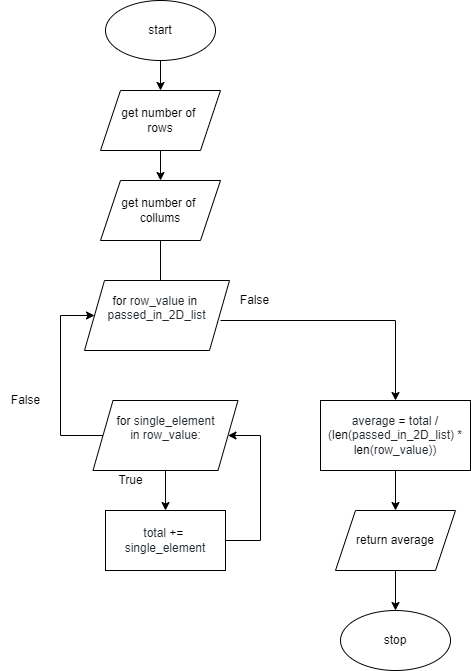
This is flowchart.png from Huzaifa-Khalid-2/ICS3U-Unit6-04-Python, a draw.io export, as it was before one commit. Source tidied: cells renumbered, new cells last; positions are measured from the earlier drawing's top-left corner, leaving out a move shared by most shapes.
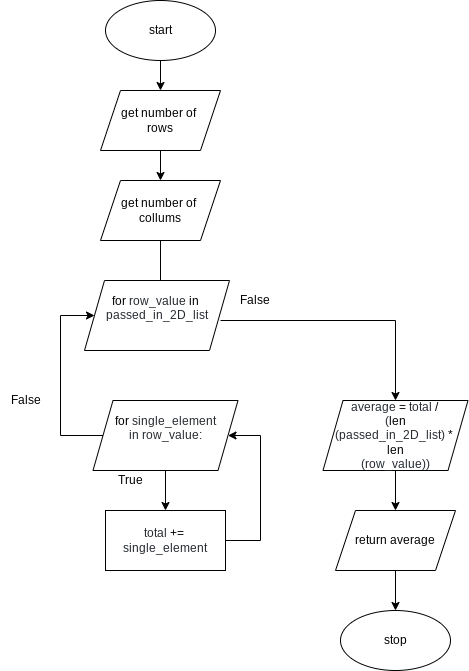
Later version of the same file.

Commit message:
adde_flowchart

What changed in the source:
```diff
@@ -22,22 +22,21 @@
     <mxCell id="7" value="get number of &lt;br&gt;collums" style="shape=parallelogram;perimeter=parallelogramPerimeter;whiteSpace=wrap;html=1;fixedSize=1;" parent="1" vertex="1">
       <mxGeometry x="100" y="180" width="120" height="60" as="geometry" />
     </mxCell>
-    <mxCell id="8" style="edgeStyle=elbowEdgeStyle;html=1;entryX=0.5;entryY=0;entryDx=0;entryDy=0;elbow=vertical;rounded=0;" parent="1" edge="1" target="10">
+    <mxCell id="8" style="edgeStyle=elbowEdgeStyle;html=1;entryX=0.5;entryY=0;entryDx=0;entryDy=0;elbow=vertical;rounded=0;" parent="1" edge="1">
       <mxGeometry relative="1" as="geometry">
         <mxPoint x="220" y="320" as="sourcePoint" />
+        <mxPoint x="395" y="400" as="targetPoint" />
         <Array as="points">
           <mxPoint x="320" y="320" />
         </Array>
       </mxGeometry>
     </mxCell>
-    <mxCell id="9" style="edgeStyle=none;html=1;entryX=0.5;entryY=0;entryDx=0;entryDy=0;" parent="1" edge="1" source="10">
+    <mxCell id="9" style="edgeStyle=none;html=1;entryX=0.5;entryY=0;entryDx=0;entryDy=0;" parent="1" edge="1">
       <mxGeometry relative="1" as="geometry">
+        <mxPoint x="395" y="470" as="sourcePoint" />
         <mxPoint x="395" y="510" as="targetPoint" />
       </mxGeometry>
     </mxCell>
-    <mxCell id="10" value="&lt;span class=&quot;pl-s1&quot; style=&quot;box-sizing: border-box ; color: rgb(36 , 41 , 47)&quot;&gt;&lt;span class=&quot;pl-token&quot; style=&quot;box-sizing: border-box&quot;&gt;average&lt;/span&gt;&lt;/span&gt;&lt;span style=&quot;color: rgb(36 , 41 , 47)&quot;&gt; &lt;/span&gt;&lt;span class=&quot;pl-c1&quot; style=&quot;box-sizing: border-box&quot;&gt;=&lt;/span&gt;&lt;span style=&quot;color: rgb(36 , 41 , 47)&quot;&gt; &lt;/span&gt;&lt;span class=&quot;pl-s1&quot; style=&quot;box-sizing: border-box ; color: rgb(36 , 41 , 47)&quot;&gt;&lt;span class=&quot;pl-token&quot; style=&quot;box-sizing: border-box&quot;&gt;total&lt;/span&gt;&lt;/span&gt;&lt;span style=&quot;color: rgb(36 , 41 , 47)&quot;&gt; &lt;/span&gt;&lt;span class=&quot;pl-c1&quot; style=&quot;box-sizing: border-box&quot;&gt;/&lt;/span&gt;&lt;span style=&quot;color: rgb(36 , 41 , 47)&quot;&gt; (&lt;/span&gt;&lt;span class=&quot;pl-en&quot; style=&quot;box-sizing: border-box&quot;&gt;&lt;span class=&quot;pl-token&quot; style=&quot;box-sizing: border-box&quot;&gt;len&lt;/span&gt;&lt;/span&gt;&lt;span style=&quot;color: rgb(36 , 41 , 47)&quot;&gt;(&lt;/span&gt;&lt;span class=&quot;pl-s1&quot; style=&quot;box-sizing: border-box ; color: rgb(36 , 41 , 47)&quot;&gt;&lt;span class=&quot;pl-token&quot; style=&quot;box-sizing: border-box&quot;&gt;passed_in_2D_list&lt;/span&gt;&lt;/span&gt;&lt;span style=&quot;color: rgb(36 , 41 , 47)&quot;&gt;) &lt;/span&gt;&lt;span class=&quot;pl-c1&quot; style=&quot;box-sizing: border-box&quot;&gt;*&lt;/span&gt;&lt;span style=&quot;color: rgb(36 , 41 , 47)&quot;&gt; &lt;/span&gt;&lt;span class=&quot;pl-en&quot; style=&quot;box-sizing: border-box&quot;&gt;&lt;span class=&quot;pl-token&quot; style=&quot;box-sizing: border-box&quot;&gt;len&lt;/span&gt;&lt;/span&gt;&lt;span style=&quot;color: rgb(36 , 41 , 47)&quot;&gt;(&lt;/span&gt;&lt;span class=&quot;pl-s1&quot; style=&quot;box-sizing: border-box ; color: rgb(36 , 41 , 47)&quot;&gt;&lt;span class=&quot;pl-token&quot; style=&quot;box-sizing: border-box&quot;&gt;row_value&lt;/span&gt;&lt;/span&gt;&lt;span style=&quot;color: rgb(36 , 41 , 47)&quot;&gt;))&lt;/span&gt;" style="rounded=0;whiteSpace=wrap;html=1;" parent="1" vertex="1">
-      <mxGeometry x="320" y="400" width="150" height="70" as="geometry" />
-    </mxCell>
     <mxCell id="11" style="edgeStyle=none;html=1;entryX=0.5;entryY=0;entryDx=0;entryDy=0;" parent="1" edge="1" target="13">
       <mxGeometry relative="1" as="geometry">
         <mxPoint x="165" y="460" as="sourcePoint" />
@@ -84,5 +83,8 @@
     <mxCell id="22" value="&lt;span class=&quot;pl-k&quot; style=&quot;box-sizing: border-box&quot;&gt;for&lt;/span&gt;&lt;span style=&quot;color: rgb(36 , 41 , 47)&quot;&gt;&amp;nbsp;single_element in&amp;nbsp;&lt;/span&gt;&lt;span class=&quot;pl-s1&quot; style=&quot;box-sizing: border-box ; color: rgb(36 , 41 , 47)&quot;&gt;row_value:&lt;/span&gt;&lt;span class=&quot;pl-s1&quot; style=&quot;box-sizing: border-box ; color: rgb(36 , 41 , 47)&quot;&gt;&lt;br&gt;&lt;br&gt;&lt;/span&gt;" style="shape=parallelogram;perimeter=parallelogramPerimeter;whiteSpace=wrap;html=1;fixedSize=1;" parent="1" vertex="1">
       <mxGeometry x="92.5" y="400" width="145" height="70" as="geometry" />
     </mxCell>
+    <mxCell id="10" value="&lt;span class=&quot;pl-s1&quot; style=&quot;box-sizing: border-box ; color: rgb(36 , 41 , 47)&quot;&gt;&lt;span class=&quot;pl-s1&quot; style=&quot;box-sizing: border-box&quot;&gt;&lt;span class=&quot;pl-token&quot; style=&quot;box-sizing: border-box&quot;&gt;average&lt;/span&gt;&lt;/span&gt;&amp;nbsp;&lt;span class=&quot;pl-c1&quot; style=&quot;color: rgb(0 , 0 , 0) ; box-sizing: border-box&quot;&gt;=&lt;/span&gt;&amp;nbsp;&lt;span class=&quot;pl-s1&quot; style=&quot;box-sizing: border-box&quot;&gt;&lt;span class=&quot;pl-token&quot; style=&quot;box-sizing: border-box&quot;&gt;total&lt;/span&gt;&lt;/span&gt;&amp;nbsp;&lt;span class=&quot;pl-c1&quot; style=&quot;color: rgb(0 , 0 , 0) ; box-sizing: border-box&quot;&gt;/&lt;/span&gt;&amp;nbsp;&lt;br&gt;(&lt;span class=&quot;pl-en&quot; style=&quot;color: rgb(0 , 0 , 0) ; box-sizing: border-box&quot;&gt;&lt;span class=&quot;pl-token&quot; style=&quot;box-sizing: border-box&quot;&gt;len&lt;br&gt;&lt;/span&gt;&lt;/span&gt;(&lt;span class=&quot;pl-s1&quot; style=&quot;box-sizing: border-box&quot;&gt;&lt;span class=&quot;pl-token&quot; style=&quot;box-sizing: border-box&quot;&gt;passed_in_2D_list&lt;/span&gt;&lt;/span&gt;)&amp;nbsp;&lt;span class=&quot;pl-c1&quot; style=&quot;color: rgb(0 , 0 , 0) ; box-sizing: border-box&quot;&gt;*&lt;/span&gt;&amp;nbsp;&lt;br&gt;&lt;span class=&quot;pl-en&quot; style=&quot;color: rgb(0 , 0 , 0) ; box-sizing: border-box&quot;&gt;&lt;span class=&quot;pl-token&quot; style=&quot;box-sizing: border-box&quot;&gt;len&lt;br&gt;&lt;/span&gt;&lt;/span&gt;(&lt;span class=&quot;pl-s1&quot; style=&quot;box-sizing: border-box&quot;&gt;&lt;span class=&quot;pl-token&quot; style=&quot;box-sizing: border-box&quot;&gt;row_value&lt;/span&gt;&lt;/span&gt;))&lt;br&gt;&lt;/span&gt;" style="shape=parallelogram;perimeter=parallelogramPerimeter;whiteSpace=wrap;html=1;fixedSize=1;" parent="1" vertex="1">
+      <mxGeometry x="322.5" y="400" width="145" height="70" as="geometry" />
+    </mxCell>
   </root>
 </mxGraphModel>
```
